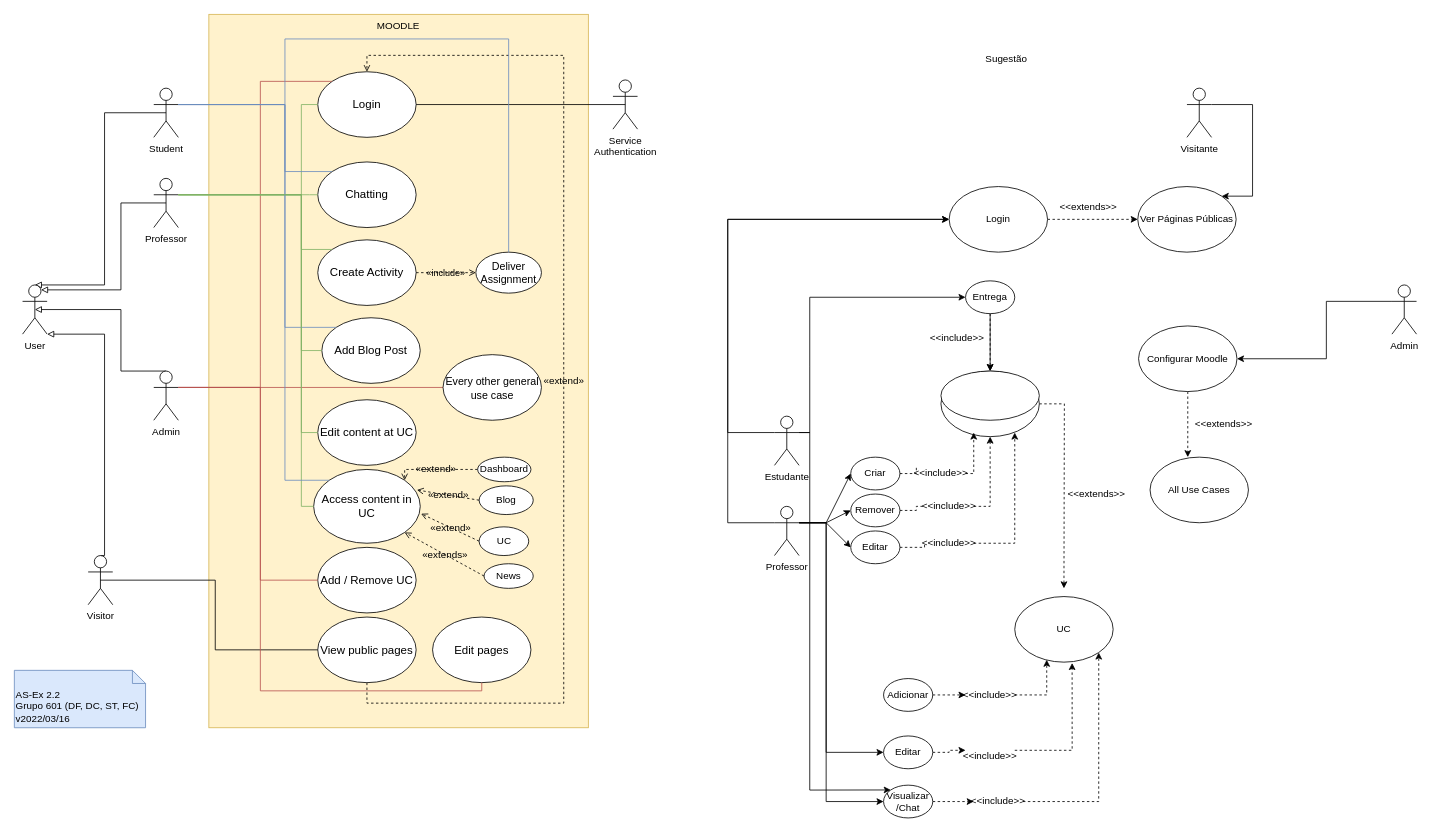
This is page "2.2" (1 of 3) of P/P2/P2.drawio from DavidAraujo98/AS, a draw.io file, before an edit. Source tidied: cells renumbered, new cells numbered last; positions are measured from the earlier drawing's top-left corner, leaving out a move shared by most shapes. Both pictures are drawn from the tidied source at 82%, with x=0, y=0 at pixel (14, 14).
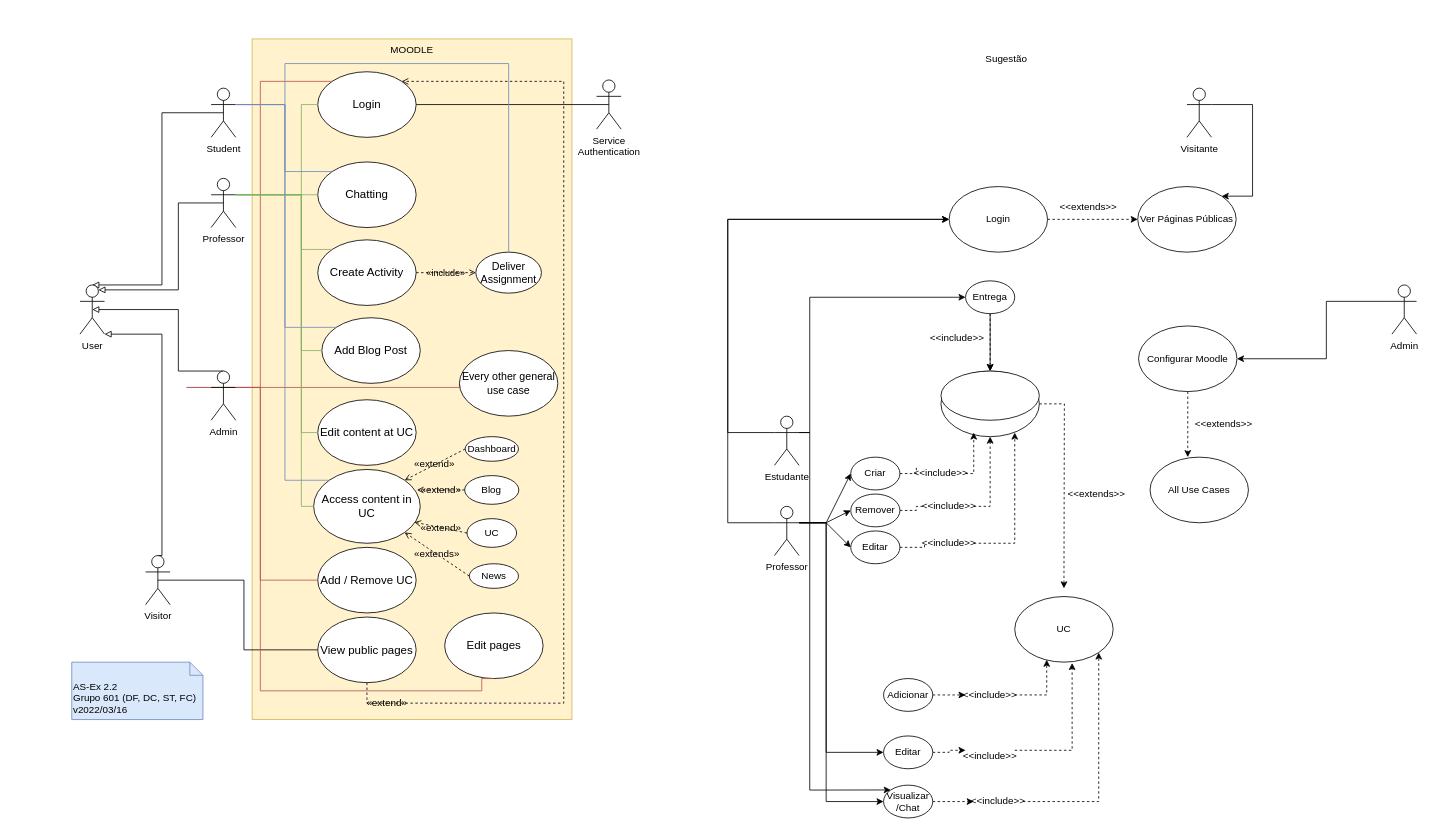
The same diagram, later.

Unchanged cells that the change refers to:
```xml
<mxCell id="13" value="&lt;div style=&quot;font-size: 14px&quot;&gt;&lt;font style=&quot;font-size: 14px&quot;&gt;Login&lt;/font&gt;&lt;/div&gt;" style="ellipse;whiteSpace=wrap;html=1;" parent="1" vertex="1">
  <mxGeometry x="370" y="70" width="120" height="80" as="geometry" />
</mxCell>
<mxCell id="21" value="&lt;div style=&quot;font-size: 14px&quot;&gt;&lt;font style=&quot;font-size: 14px&quot;&gt;View public pages&lt;/font&gt;&lt;/div&gt;" style="ellipse;whiteSpace=wrap;html=1;" parent="1" vertex="1">
  <mxGeometry x="370" y="735" width="120" height="80" as="geometry" />
</mxCell>
<mxCell id="22" value="&lt;font style=&quot;font-size: 13px&quot;&gt;Deliver Assignment&lt;/font&gt;" style="ellipse;whiteSpace=wrap;html=1;" parent="1" vertex="1">
  <mxGeometry x="562.8" y="290" width="80" height="50" as="geometry" />
</mxCell>
<mxCell id="24" value="&lt;font style=&quot;font-size: 14px&quot;&gt;Access content in UC&lt;/font&gt;" style="ellipse;whiteSpace=wrap;html=1;" parent="1" vertex="1">
  <mxGeometry x="365" y="555" width="130" height="90" as="geometry" />
</mxCell>
```

Diff of the diagram source:
```diff
@@
     <mxCell id="2" value="MOODLE" style="rounded=0;whiteSpace=wrap;html=1;fillColor=#fff2cc;strokeColor=#d6b656;verticalAlign=top;" parent="1" vertex="1">
-      <mxGeometry x="237.2" width="462.8" height="870" as="geometry" />
+      <mxGeometry x="290" y="30" width="390" height="830" as="geometry" />
     </mxCell>
     <mxCell id="3" style="edgeStyle=orthogonalEdgeStyle;rounded=0;jettySize=auto;html=1;endArrow=block;endFill=0;exitX=0.5;exitY=0.5;exitDx=0;exitDy=0;exitPerimeter=0;entryX=0.5;entryY=0;entryDx=0;entryDy=0;entryPerimeter=0;" parent="1" edge="1" source="4" target="10">
       <mxGeometry relative="1" as="geometry">
         <Array as="points">
-          <mxPoint x="110" y="120" />
-          <mxPoint x="110" y="330" />
+          <mxPoint x="180" y="120" />
+          <mxPoint x="180" y="330" />
         </Array>
       </mxGeometry>
     </mxCell>
     <mxCell id="4" value="&lt;div&gt;Student&lt;/div&gt;" style="shape=umlActor;verticalLabelPosition=bottom;verticalAlign=top;html=1;outlineConnect=0;" parent="1" vertex="1">
-      <mxGeometry x="170" y="90" width="30" height="60" as="geometry" />
+      <mxGeometry x="240" y="90" width="30" height="60" as="geometry" />
     </mxCell>
     <mxCell id="5" style="rounded=0;jettySize=auto;html=1;endArrow=block;endFill=0;entryX=0.75;entryY=0.1;entryDx=0;entryDy=0;entryPerimeter=0;exitX=0.5;exitY=0.5;exitDx=0;exitDy=0;exitPerimeter=0;edgeStyle=orthogonalEdgeStyle;" parent="1" edge="1" source="6" target="10">
       <mxGeometry relative="1" as="geometry">
         <Array as="points">
-          <mxPoint x="130" y="230" />
-          <mxPoint x="130" y="336" />
+          <mxPoint x="200" y="230" />
+          <mxPoint x="200" y="336" />
         </Array>
       </mxGeometry>
     </mxCell>
     <mxCell id="6" value="Professor" style="shape=umlActor;verticalLabelPosition=bottom;verticalAlign=top;html=1;outlineConnect=0;" parent="1" vertex="1">
-      <mxGeometry x="170" y="200" width="30" height="60" as="geometry" />
+      <mxGeometry x="240" y="200" width="30" height="60" as="geometry" />
     </mxCell>
     <mxCell id="7" style="rounded=0;jettySize=auto;html=1;entryX=0.5;entryY=0.5;entryDx=0;entryDy=0;entryPerimeter=0;endArrow=block;endFill=0;exitX=0.5;exitY=0;exitDx=0;exitDy=0;exitPerimeter=0;edgeStyle=orthogonalEdgeStyle;" parent="1" edge="1" source="9" target="10">
       <mxGeometry relative="1" as="geometry">
         <Array as="points">
-          <mxPoint x="130" y="435" />
-          <mxPoint x="130" y="360" />
+          <mxPoint x="200" y="435" />
+          <mxPoint x="200" y="360" />
         </Array>
       </mxGeometry>
     </mxCell>
@@
     <mxCell id="9" value="&lt;div&gt;Admin&lt;/div&gt;" style="shape=umlActor;verticalLabelPosition=bottom;verticalAlign=top;html=1;outlineConnect=0;" parent="1" vertex="1">
-      <mxGeometry x="170" y="435" width="30" height="60" as="geometry" />
+      <mxGeometry x="240" y="435" width="30" height="60" as="geometry" />
     </mxCell>
     <mxCell id="10" value="&lt;div&gt;User&lt;/div&gt;" style="shape=umlActor;verticalLabelPosition=bottom;verticalAlign=top;html=1;outlineConnect=0;" parent="1" vertex="1">
-      <mxGeometry x="10" y="330" width="30" height="60" as="geometry" />
+      <mxGeometry x="80" y="330" width="30" height="60" as="geometry" />
     </mxCell>
     <mxCell id="11" style="rounded=0;jettySize=auto;html=1;entryX=1;entryY=1;entryDx=0;entryDy=0;entryPerimeter=0;endArrow=block;endFill=0;exitX=0.5;exitY=0;exitDx=0;exitDy=0;exitPerimeter=0;edgeStyle=orthogonalEdgeStyle;" parent="1" edge="1" source="12" target="10">
       <mxGeometry relative="1" as="geometry">
         <Array as="points">
-          <mxPoint x="110" y="660" />
-          <mxPoint x="110" y="390" />
+          <mxPoint x="180" y="660" />
+          <mxPoint x="180" y="390" />
         </Array>
       </mxGeometry>
     </mxCell>
     <mxCell id="12" value="&lt;div&gt;Visitor&lt;/div&gt;" style="shape=umlActor;verticalLabelPosition=bottom;verticalAlign=top;html=1;outlineConnect=0;" parent="1" vertex="1">
-      <mxGeometry x="90" y="660" width="30" height="60" as="geometry" />
+      <mxGeometry x="160" y="660" width="30" height="60" as="geometry" />
     </mxCell>
@@
     <mxCell id="14" value="&lt;div&gt;Service&lt;br&gt;Authentication&lt;/div&gt;" style="shape=umlActor;verticalLabelPosition=bottom;verticalAlign=top;html=1;outlineConnect=0;" parent="1" vertex="1">
-      <mxGeometry x="730" y="80" width="30" height="60" as="geometry" />
+      <mxGeometry x="710" y="80" width="30" height="60" as="geometry" />
     </mxCell>
@@
-    <mxCell id="20" value="«extend»" style="edgeStyle=orthogonalEdgeStyle;rounded=0;jettySize=auto;html=1;exitX=0.5;exitY=1;exitDx=0;exitDy=0;entryX=0.5;entryY=0;entryDx=0;entryDy=0;fontSize=12;startArrow=none;startFill=0;dashed=1;endArrow=open;endFill=0;labelBackgroundColor=none;" parent="1" edge="1" source="21" target="13">
-      <mxGeometry relative="1" as="geometry">
+    <mxCell id="20" value="«extend»" style="edgeStyle=orthogonalEdgeStyle;rounded=0;jettySize=auto;html=1;exitX=0.5;exitY=1;exitDx=0;exitDy=0;entryX=1;entryY=0;entryDx=0;entryDy=0;fontSize=12;startArrow=none;startFill=0;dashed=1;endArrow=open;endFill=0;labelBackgroundColor=none;" parent="1" edge="1" source="21" target="13">
+      <mxGeometry x="-0.92" relative="1" as="geometry">
         <Array as="points">
           <mxPoint x="430" y="840" />
           <mxPoint x="670" y="840" />
-          <mxPoint x="670" y="50" />
-          <mxPoint x="430" y="50" />
+          <mxPoint x="670" y="82" />
         </Array>
       </mxGeometry>
     </mxCell>
@@
     <mxCell id="26" value="&lt;div&gt;&lt;font style=&quot;font-size: 14px&quot;&gt;Edit pages&lt;/font&gt;&lt;br&gt;&lt;/div&gt;" style="ellipse;whiteSpace=wrap;html=1;" parent="1" vertex="1">
-      <mxGeometry x="510" y="735" width="120" height="80" as="geometry" />
+      <mxGeometry x="524.8" y="730" width="120" height="80" as="geometry" />
     </mxCell>
@@
     <mxCell id="34" style="endArrow=none;html=1;rounded=0;exitX=1;exitY=0.3333333333333333;exitDx=0;exitDy=0;exitPerimeter=0;entryX=0.5;entryY=0;entryDx=0;entryDy=0;fillColor=#dae8fc;strokeColor=#6c8ebf;edgeStyle=orthogonalEdgeStyle;" parent="1" edge="1" source="4" target="22">
       <mxGeometry relative="1" as="geometry">
         <Array as="points">
           <mxPoint x="330" y="110" />
-          <mxPoint x="330" y="30" />
-          <mxPoint x="603" y="30" />
+          <mxPoint x="330" y="60" />
+          <mxPoint x="603" y="60" />
         </Array>
       </mxGeometry>
     </mxCell>
     <mxCell id="35" value="AS-Ex 2.2&lt;br&gt;Grupo 601 (DF, DC, ST, FC)&lt;br&gt;v2022/03/16" style="shape=note2;boundedLbl=1;whiteSpace=wrap;html=1;size=16;verticalAlign=top;align=left;fillColor=#dae8fc;strokeColor=#6c8ebf;" parent="1" vertex="1">
-      <mxGeometry y="800" width="160" height="70" as="geometry" />
+      <mxGeometry x="70" y="790" width="160" height="70" as="geometry" />
     </mxCell>
@@
     <mxCell id="100" value="&lt;font style=&quot;font-size: 13px&quot;&gt;Every other general use case&lt;/font&gt;" style="ellipse;whiteSpace=wrap;html=1;fontSize=14;" parent="1" vertex="1">
-      <mxGeometry x="522.8" y="415" width="120" height="80" as="geometry" />
+      <mxGeometry x="542.8" y="410" width="120" height="80" as="geometry" />
     </mxCell>
     <mxCell id="101" value="Blog" style="ellipse;whiteSpace=wrap;html=1;fontSize=12;" parent="1" vertex="1">
-      <mxGeometry x="566.8" y="575" width="66" height="35" as="geometry" />
+      <mxGeometry x="549.2" y="562.5" width="66" height="35" as="geometry" />
     </mxCell>
-    <mxCell id="102" value="«extend»" style="rounded=0;jettySize=auto;html=1;exitX=0;exitY=0.5;exitDx=0;exitDy=0;entryX=1.008;entryY=0.6;entryDx=0;entryDy=0;dashed=1;fontSize=12;startArrow=none;startFill=0;endArrow=open;endFill=0;entryPerimeter=0;labelBackgroundColor=none;" parent="1" edge="1" source="103" target="24">
+    <mxCell id="102" value="«extend»" style="rounded=0;jettySize=auto;html=1;exitX=0;exitY=0.5;exitDx=0;exitDy=0;entryX=0.944;entryY=0.714;entryDx=0;entryDy=0;dashed=1;fontSize=12;startArrow=none;startFill=0;endArrow=open;endFill=0;entryPerimeter=0;labelBackgroundColor=none;" parent="1" edge="1" source="103" target="24">
       <mxGeometry relative="1" as="geometry" />
     </mxCell>
     <mxCell id="103" value="UC" style="ellipse;whiteSpace=wrap;html=1;fontSize=12;" parent="1" vertex="1">
-      <mxGeometry x="566.8" y="625" width="60.5" height="35" as="geometry" />
+      <mxGeometry x="552" y="615" width="60.5" height="35" as="geometry" />
     </mxCell>
     <mxCell id="104" value="News" style="ellipse;whiteSpace=wrap;html=1;fontSize=12;" parent="1" vertex="1">
-      <mxGeometry x="572.8" y="670" width="60" height="30" as="geometry" />
+      <mxGeometry x="554.8" y="670" width="60" height="30" as="geometry" />
     </mxCell>
-    <mxCell id="105" value="«extend»" style="edgeStyle=orthogonalEdgeStyle;rounded=0;jettySize=auto;html=1;exitX=0;exitY=0.5;exitDx=0;exitDy=0;entryX=1;entryY=0;entryDx=0;entryDy=0;dashed=1;fontSize=12;startArrow=none;startFill=0;endArrow=open;endFill=0;labelBackgroundColor=none;" parent="1" edge="1" source="106" target="24">
-      <mxGeometry relative="1" as="geometry">
-        <Array as="points">
-          <mxPoint x="476" y="555" />
-        </Array>
-      </mxGeometry>
+    <mxCell id="105" value="«extend»" style="rounded=0;jettySize=auto;html=1;exitX=0;exitY=0.5;exitDx=0;exitDy=0;entryX=1;entryY=0;entryDx=0;entryDy=0;dashed=1;fontSize=12;startArrow=none;startFill=0;endArrow=open;endFill=0;labelBackgroundColor=none;" parent="1" edge="1" source="106" target="24">
+      <mxGeometry relative="1" as="geometry" />
     </mxCell>
     <mxCell id="106" value="Dashboard" style="ellipse;whiteSpace=wrap;html=1;fontSize=12;" parent="1" vertex="1">
-      <mxGeometry x="565" y="540" width="65" height="30" as="geometry" />
+      <mxGeometry x="549.8" y="515" width="65" height="30" as="geometry" />
     </mxCell>
```
